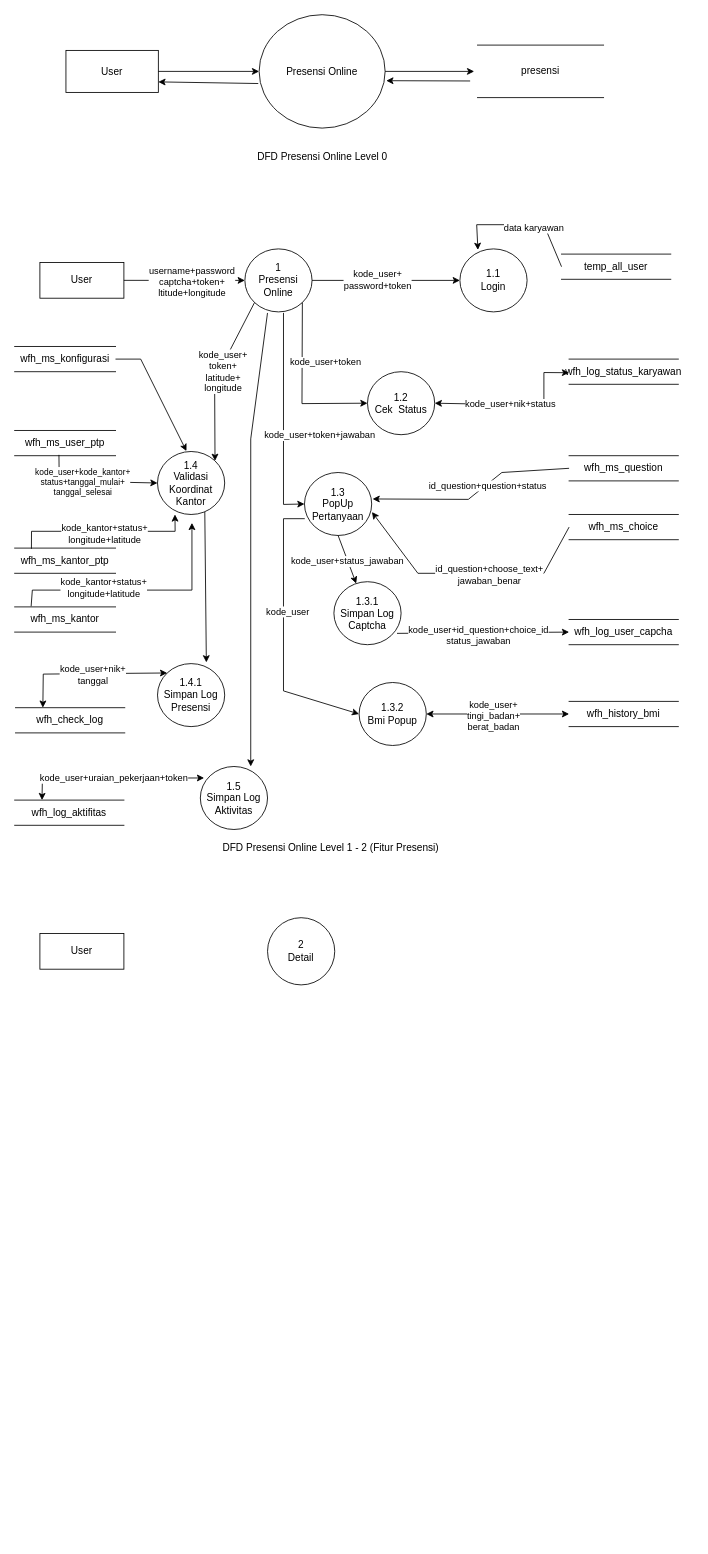
This is presensi online.drawio from nurramdandoni/diagram-all, a draw.io file, before an edit. Source tidied: cells renumbered, new cells numbered last; positions are measured from the earlier drawing's top-left corner, leaving out a move shared by most shapes. Both pictures are drawn from the tidied source at 84%, with x=0, y=0 at pixel (14, 14).
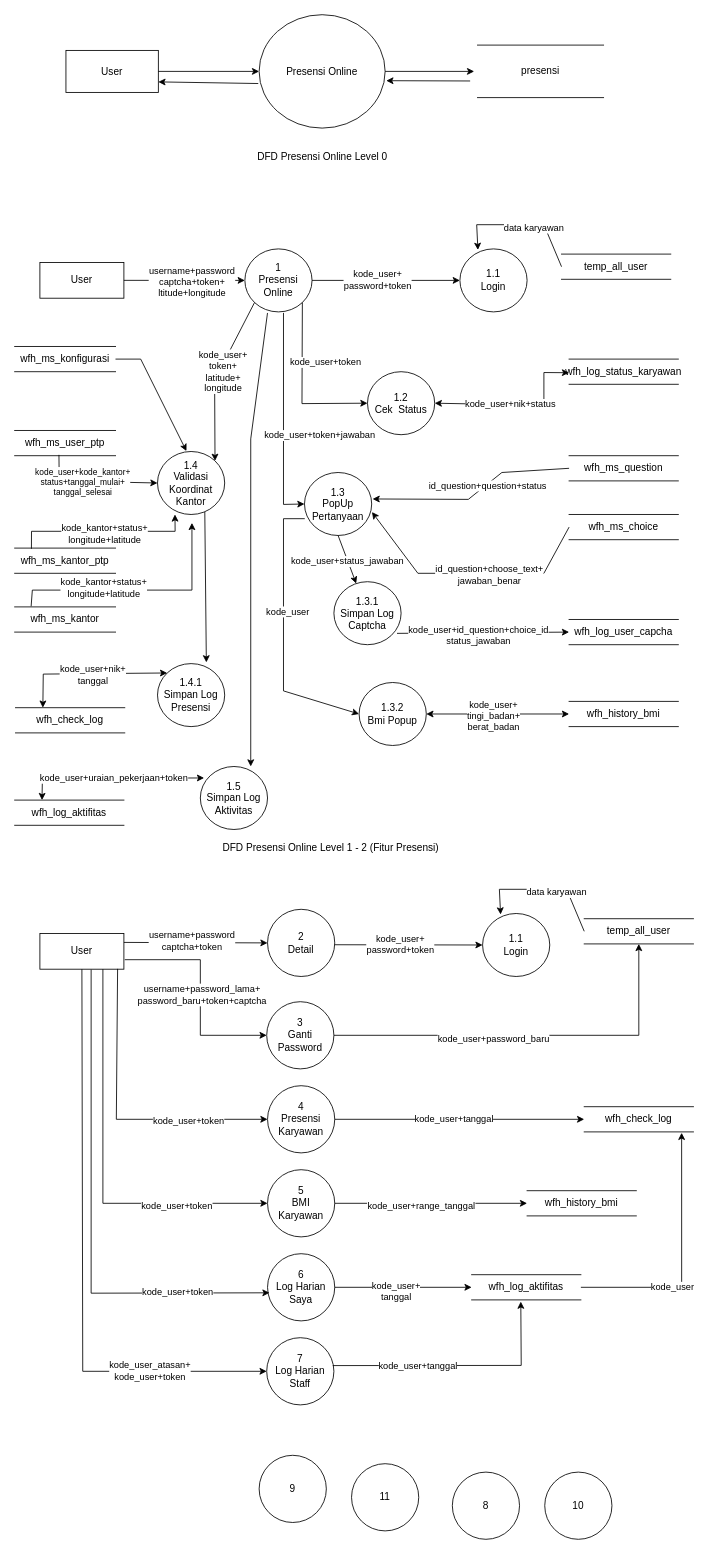
The same page after the edit.

Unchanged cells that the change refers to:
```xml
<mxCell id="73" value="User" style="html=1;dashed=0;whiteSpace=wrap;" parent="1" vertex="1">
  <mxGeometry x="30" y="1093.8" width="100" height="42.5" as="geometry" />
</mxCell>
```

Diff of the diagram source:
```diff
@@
     <mxCell id="72" value="&lt;div&gt;2&lt;/div&gt;&lt;div&gt;Detail&lt;br&gt;&lt;/div&gt;" style="shape=ellipse;html=1;dashed=0;whiteSpace=wrap;perimeter=ellipsePerimeter;" parent="1" vertex="1">
-      <mxGeometry x="301" y="1075" width="80" height="80" as="geometry" />
+      <mxGeometry x="301" y="1065" width="80" height="80" as="geometry" />
     </mxCell>
@@
+    <mxCell id="74" value="&lt;div&gt;3&lt;/div&gt;&lt;div&gt;Ganti Password&lt;br&gt;&lt;/div&gt;" style="shape=ellipse;html=1;dashed=0;whiteSpace=wrap;perimeter=ellipsePerimeter;" parent="1" vertex="1">
+      <mxGeometry x="300" y="1175" width="80" height="80" as="geometry" />
+    </mxCell>
+    <mxCell id="75" value="&lt;div&gt;5&lt;/div&gt;&lt;div&gt;BMI Karyawan&lt;br&gt;&lt;/div&gt;" style="shape=ellipse;html=1;dashed=0;whiteSpace=wrap;perimeter=ellipsePerimeter;" parent="1" vertex="1">
+      <mxGeometry x="301" y="1375" width="80" height="80" as="geometry" />
+    </mxCell>
+    <mxCell id="76" value="&lt;div&gt;4&lt;/div&gt;&lt;div&gt;Presensi Karyawan&lt;/div&gt;" style="shape=ellipse;html=1;dashed=0;whiteSpace=wrap;perimeter=ellipsePerimeter;" parent="1" vertex="1">
+      <mxGeometry x="301" y="1275" width="80" height="80" as="geometry" />
+    </mxCell>
+    <mxCell id="77" value="&lt;div&gt;7&lt;/div&gt;&lt;div&gt;Log Harian Staff&lt;br&gt;&lt;/div&gt;" style="shape=ellipse;html=1;dashed=0;whiteSpace=wrap;perimeter=ellipsePerimeter;" parent="1" vertex="1">
+      <mxGeometry x="300" y="1575" width="80" height="80" as="geometry" />
+    </mxCell>
+    <mxCell id="78" value="&lt;div&gt;6&lt;/div&gt;&lt;div&gt;Log Harian Saya&lt;/div&gt;" style="shape=ellipse;html=1;dashed=0;whiteSpace=wrap;perimeter=ellipsePerimeter;" parent="1" vertex="1">
+      <mxGeometry x="301" y="1475" width="80" height="80" as="geometry" />
+    </mxCell>
+    <mxCell id="79" value="8" style="shape=ellipse;html=1;dashed=0;whiteSpace=wrap;perimeter=ellipsePerimeter;" parent="1" vertex="1">
+      <mxGeometry x="521" y="1735" width="80" height="80" as="geometry" />
+    </mxCell>
+    <mxCell id="80" value="9" style="shape=ellipse;html=1;dashed=0;whiteSpace=wrap;perimeter=ellipsePerimeter;" parent="1" vertex="1">
+      <mxGeometry x="291" y="1715" width="80" height="80" as="geometry" />
+    </mxCell>
+    <mxCell id="81" value="10" style="shape=ellipse;html=1;dashed=0;whiteSpace=wrap;perimeter=ellipsePerimeter;" parent="1" vertex="1">
+      <mxGeometry x="631" y="1735" width="80" height="80" as="geometry" />
+    </mxCell>
+    <mxCell id="82" value="11" style="shape=ellipse;html=1;dashed=0;whiteSpace=wrap;perimeter=ellipsePerimeter;" parent="1" vertex="1">
+      <mxGeometry x="401" y="1725" width="80" height="80" as="geometry" />
+    </mxCell>
+    <mxCell id="83" style="endArrow=classic;html=1;rounded=0;exitX=1;exitY=0.25;exitDx=0;exitDy=0;entryX=0;entryY=0.5;entryDx=0;entryDy=0;" parent="1" edge="1" source="73" target="72">
+      <mxGeometry relative="1" as="geometry" />
+    </mxCell>
+    <mxCell id="84" value="&lt;div&gt;username+password&lt;/div&gt;&lt;div&gt;captcha+token&lt;/div&gt;" style="edgeLabel;html=1;align=center;verticalAlign=middle;" parent="83" vertex="1">
+      <mxGeometry x="-0.07" y="2" relative="1" as="geometry" />
+    </mxCell>
+    <mxCell id="85" value="temp_all_user" style="html=1;dashed=0;whiteSpace=wrap;shape=partialRectangle;right=0;left=0;" parent="1" vertex="1">
+      <mxGeometry x="678" y="1076.2" width="130" height="30" as="geometry" />
+    </mxCell>
+    <mxCell id="86" style="endArrow=classic;html=1;rounded=0;exitX=0;exitY=0.5;exitDx=0;exitDy=0;entryX=0.268;entryY=0.016;entryDx=0;entryDy=0;entryPerimeter=0;" parent="1" edge="1" source="85" target="88">
+      <mxGeometry relative="1" as="geometry">
+        <Array as="points">
+          <mxPoint x="657" y="1041.2" />
+          <mxPoint x="627" y="1041.2" />
+          <mxPoint x="577" y="1041.2" />
+        </Array>
+      </mxGeometry>
+    </mxCell>
+    <mxCell id="87" value="data karyawan" style="edgeLabel;html=1;align=center;verticalAlign=middle;" parent="86" vertex="1">
+      <mxGeometry x="-0.18" y="3" relative="1" as="geometry" />
+    </mxCell>
+    <mxCell id="88" value="&lt;div&gt;1.1&lt;/div&gt;Login" style="shape=ellipse;html=1;dashed=0;whiteSpace=wrap;perimeter=ellipsePerimeter;" parent="1" vertex="1">
+      <mxGeometry x="557" y="1070" width="80" height="75" as="geometry" />
+    </mxCell>
+    <mxCell id="89" style="endArrow=classic;html=1;rounded=0;entryX=0;entryY=0.5;entryDx=0;entryDy=0;exitX=1;exitY=0.5;exitDx=0;exitDy=0;" parent="1" edge="1" target="88">
+      <mxGeometry relative="1" as="geometry">
+        <mxPoint x="381" y="1107.2" as="sourcePoint" />
+      </mxGeometry>
+    </mxCell>
+    <mxCell id="90" value="&lt;div&gt;kode_user+&lt;/div&gt;&lt;div&gt;password+token&lt;/div&gt;" style="edgeLabel;html=1;align=center;verticalAlign=middle;" parent="89" vertex="1">
+      <mxGeometry x="-0.57" y="1" relative="1" as="geometry">
+        <mxPoint x="39" as="offset" />
+      </mxGeometry>
+    </mxCell>
+    <mxCell id="91" style="endArrow=classic;html=1;rounded=0;entryX=0;entryY=0.5;entryDx=0;entryDy=0;" parent="1" edge="1" target="74">
+      <mxGeometry relative="1" as="geometry">
+        <mxPoint x="131" y="1125" as="sourcePoint" />
+        <Array as="points">
+          <mxPoint x="221" y="1125" />
+          <mxPoint x="221" y="1215" />
+        </Array>
+      </mxGeometry>
+    </mxCell>
+    <mxCell id="92" value="&lt;div&gt;username+password_lama+&lt;/div&gt;&lt;div&gt;password_baru+token+captcha&lt;br&gt;&lt;/div&gt;" style="edgeLabel;html=1;align=center;verticalAlign=middle;" parent="91" vertex="1">
+      <mxGeometry x="0.01" y="1" relative="1" as="geometry" />
+    </mxCell>
+    <mxCell id="93" style="endArrow=classic;html=1;rounded=0;exitX=1;exitY=0.5;exitDx=0;exitDy=0;entryX=0.5;entryY=1;entryDx=0;entryDy=0;" parent="1" edge="1" source="74" target="85">
+      <mxGeometry relative="1" as="geometry">
+        <Array as="points">
+          <mxPoint x="743" y="1215" />
+        </Array>
+      </mxGeometry>
+    </mxCell>
+    <mxCell id="94" value="kode_user+password_baru" style="edgeLabel;html=1;align=center;verticalAlign=middle;" parent="93" vertex="1">
+      <mxGeometry x="-0.2" y="-4" relative="1" as="geometry" />
+    </mxCell>
+    <mxCell id="95" style="endArrow=classic;html=1;rounded=0;exitX=0.925;exitY=0.99;exitDx=0;exitDy=0;exitPerimeter=0;entryX=0;entryY=0.5;entryDx=0;entryDy=0;" parent="1" edge="1" source="73" target="76">
+      <mxGeometry relative="1" as="geometry">
+        <Array as="points">
+          <mxPoint x="121" y="1315" />
+        </Array>
+      </mxGeometry>
+    </mxCell>
+    <mxCell id="96" value="kode_user+token" style="edgeLabel;html=1;align=center;verticalAlign=middle;" parent="95" vertex="1">
+      <mxGeometry x="0.32" y="-1" relative="1" as="geometry">
+        <mxPoint x="28" as="offset" />
+      </mxGeometry>
+    </mxCell>
+    <mxCell id="97" value="wfh_check_log" style="html=1;dashed=0;whiteSpace=wrap;shape=partialRectangle;right=0;left=0;" parent="1" vertex="1">
+      <mxGeometry x="678" y="1300" width="130" height="30" as="geometry" />
+    </mxCell>
+    <mxCell id="98" value="wfh_history_bmi" style="html=1;dashed=0;whiteSpace=wrap;shape=partialRectangle;right=0;left=0;" parent="1" vertex="1">
+      <mxGeometry x="610" y="1400" width="130" height="30" as="geometry" />
+    </mxCell>
+    <mxCell id="99" style="endArrow=classic;html=1;rounded=0;exitX=0.75;exitY=1;exitDx=0;exitDy=0;entryX=0;entryY=0.5;entryDx=0;entryDy=0;" parent="1" edge="1" source="73" target="75">
+      <mxGeometry relative="1" as="geometry">
+        <Array as="points">
+          <mxPoint x="105" y="1415" />
+        </Array>
+      </mxGeometry>
+    </mxCell>
+    <mxCell id="100" value="kode_user+token" style="edgeLabel;html=1;align=center;verticalAlign=middle;" parent="99" vertex="1">
+      <mxGeometry x="0.4" y="-2" relative="1" as="geometry">
+        <mxPoint x="34" as="offset" />
+      </mxGeometry>
+    </mxCell>
+    <mxCell id="101" style="endArrow=classic;html=1;rounded=0;exitX=0.61;exitY=1.012;exitDx=0;exitDy=0;entryX=0.03;entryY=0.582;entryDx=0;entryDy=0;entryPerimeter=0;exitPerimeter=0;" parent="1" edge="1" source="73" target="78">
+      <mxGeometry relative="1" as="geometry">
+        <Array as="points">
+          <mxPoint x="91" y="1522" />
+        </Array>
+      </mxGeometry>
+    </mxCell>
+    <mxCell id="102" value="kode_user+token" style="edgeLabel;html=1;align=center;verticalAlign=middle;" parent="101" vertex="1">
+      <mxGeometry x="0.4" y="-2" relative="1" as="geometry">
+        <mxPoint x="70" y="-3" as="offset" />
+      </mxGeometry>
+    </mxCell>
+    <mxCell id="103" style="endArrow=classic;html=1;rounded=0;exitX=0.5;exitY=1;exitDx=0;exitDy=0;entryX=0;entryY=0.5;entryDx=0;entryDy=0;" parent="1" edge="1" source="73" target="77">
+      <mxGeometry relative="1" as="geometry">
+        <Array as="points">
+          <mxPoint x="81" y="1615" />
+        </Array>
+      </mxGeometry>
+    </mxCell>
+    <mxCell id="104" value="&lt;div&gt;kode_user_atasan+&lt;/div&gt;&lt;div&gt;kode_user+token&lt;/div&gt;" style="edgeLabel;html=1;align=center;verticalAlign=middle;" parent="103" vertex="1">
+      <mxGeometry x="0.4" y="-2" relative="1" as="geometry">
+        <mxPoint x="70" y="-3" as="offset" />
+      </mxGeometry>
+    </mxCell>
+    <mxCell id="105" value="wfh_log_aktifitas" style="html=1;dashed=0;whiteSpace=wrap;shape=partialRectangle;right=0;left=0;" parent="1" vertex="1">
+      <mxGeometry x="544" y="1500" width="130" height="30" as="geometry" />
+    </mxCell>
+    <mxCell id="106" style="endArrow=classic;html=1;rounded=0;entryX=0;entryY=0.5;entryDx=0;entryDy=0;exitX=1;exitY=0.5;exitDx=0;exitDy=0;" parent="1" edge="1" source="76" target="97">
+      <mxGeometry relative="1" as="geometry" />
+    </mxCell>
+    <mxCell id="107" value="kode_user+tanggal" style="edgeLabel;html=1;align=center;verticalAlign=middle;" parent="106" vertex="1">
+      <mxGeometry x="-0.05" y="1" relative="1" as="geometry" />
+    </mxCell>
+    <mxCell id="108" style="endArrow=classic;html=1;rounded=0;exitX=1;exitY=0.5;exitDx=0;exitDy=0;entryX=0.892;entryY=1.035;entryDx=0;entryDy=0;entryPerimeter=0;" parent="1" edge="1" source="105" target="97">
+      <mxGeometry relative="1" as="geometry">
+        <Array as="points">
+          <mxPoint x="794" y="1515" />
+        </Array>
+      </mxGeometry>
+    </mxCell>
+    <mxCell id="109" value="kode_user" style="edgeLabel;html=1;align=center;verticalAlign=middle;" parent="108" vertex="1">
+      <mxGeometry x="-0.29" y="1" relative="1" as="geometry" />
+    </mxCell>
+    <mxCell id="110" style="endArrow=classic;html=1;rounded=0;exitX=1;exitY=0.5;exitDx=0;exitDy=0;entryX=0;entryY=0.5;entryDx=0;entryDy=0;" parent="1" edge="1" source="75" target="98">
+      <mxGeometry relative="1" as="geometry" />
+    </mxCell>
+    <mxCell id="111" value="kode_user+range_tanggal" style="edgeLabel;html=1;align=center;verticalAlign=middle;" parent="110" vertex="1">
+      <mxGeometry x="-0.11" y="-2" relative="1" as="geometry" />
+    </mxCell>
+    <mxCell id="112" style="endArrow=classic;html=1;rounded=0;entryX=0;entryY=0.5;entryDx=0;entryDy=0;exitX=1;exitY=0.5;exitDx=0;exitDy=0;" parent="1" edge="1" source="78" target="105">
+      <mxGeometry relative="1" as="geometry" />
+    </mxCell>
+    <mxCell id="113" value="&lt;div&gt;kode_user+&lt;/div&gt;&lt;div&gt;tanggal&lt;/div&gt;" style="edgeLabel;html=1;align=center;verticalAlign=middle;" parent="112" vertex="1">
+      <mxGeometry x="-0.28" y="-4" relative="1" as="geometry">
+        <mxPoint x="13" as="offset" />
+      </mxGeometry>
+    </mxCell>
+    <mxCell id="114" style="endArrow=classic;html=1;rounded=0;exitX=0.983;exitY=0.415;exitDx=0;exitDy=0;exitPerimeter=0;entryX=0.45;entryY=1.067;entryDx=0;entryDy=0;entryPerimeter=0;" parent="1" edge="1" source="77" target="105">
+      <mxGeometry relative="1" as="geometry">
+        <Array as="points">
+          <mxPoint x="603" y="1608" />
+        </Array>
+      </mxGeometry>
+    </mxCell>
+    <mxCell id="115" value="kode_user+tanggal" style="edgeLabel;html=1;align=center;verticalAlign=middle;" parent="114" vertex="1">
+      <mxGeometry x="-0.33" relative="1" as="geometry" />
+    </mxCell>
```
